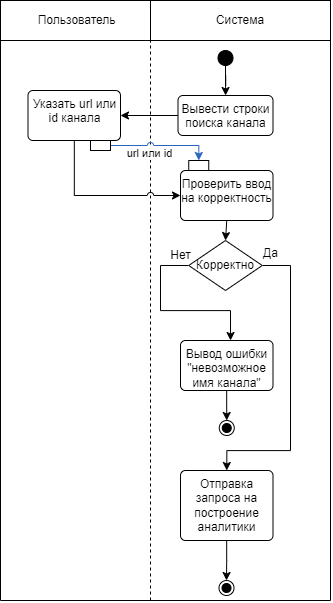
This is docs/images/functional_diagram1_1.png from Hembos/YoutubeAnalytics, a draw.io export, as it was before one commit. Source tidied: cells renumbered, new cells last; positions are measured from the earlier drawing's top-left corner, leaving out a move shared by most shapes. Source of this version:
```xml
<mxGraphModel>
  <root>
    <mxCell id="0" />
    <mxCell id="1" parent="0" />
    <mxCell id="2" value="&amp;nbsp;Пользователь" style="whiteSpace=wrap;html=1;align=center;" parent="1" vertex="1">
      <mxGeometry width="150" height="40" as="geometry" />
    </mxCell>
    <mxCell id="3" value="Система" style="whiteSpace=wrap;html=1;align=center;" parent="1" vertex="1">
      <mxGeometry x="150" width="180" height="40" as="geometry" />
    </mxCell>
    <mxCell id="4" style="endArrow=none;dashed=1;html=1;rounded=0;entryX=0;entryY=1;entryDx=0;entryDy=0;" parent="1" edge="1">
      <mxGeometry relative="1" as="geometry">
        <mxPoint x="150" y="600" as="sourcePoint" />
        <mxPoint x="150" y="40" as="targetPoint" />
      </mxGeometry>
    </mxCell>
    <mxCell id="5" style="endArrow=none;html=1;rounded=0;entryX=0;entryY=1;entryDx=0;entryDy=0;" parent="1" edge="1" target="2">
      <mxGeometry relative="1" as="geometry">
        <mxPoint y="600" as="sourcePoint" />
      </mxGeometry>
    </mxCell>
    <mxCell id="6" style="endArrow=none;html=1;rounded=0;entryX=1;entryY=1;entryDx=0;entryDy=0;" parent="1" edge="1" target="3">
      <mxGeometry relative="1" as="geometry">
        <mxPoint x="330" y="600" as="sourcePoint" />
      </mxGeometry>
    </mxCell>
    <mxCell id="7" style="edgeStyle=orthogonalEdgeStyle;rounded=0;jettySize=auto;html=1;" parent="1" edge="1" source="8" target="10">
      <mxGeometry relative="1" as="geometry" />
    </mxCell>
    <mxCell id="8" style="ellipse;fillColor=strokeColor;html=1;" parent="1" vertex="1">
      <mxGeometry x="217.5" y="50" width="15" height="15" as="geometry" />
    </mxCell>
    <mxCell id="9" style="edgeStyle=orthogonalEdgeStyle;rounded=0;jettySize=auto;html=1;entryX=1;entryY=0.5;entryDx=0;entryDy=0;" parent="1" edge="1" source="10" target="12">
      <mxGeometry relative="1" as="geometry" />
    </mxCell>
    <mxCell id="10" value="Вывести строки поиска канала" style="html=1;align=center;verticalAlign=top;rounded=1;absoluteArcSize=1;arcSize=10;dashed=0;whiteSpace=wrap;" parent="1" vertex="1">
      <mxGeometry x="177.5" y="95" width="95" height="40" as="geometry" />
    </mxCell>
    <mxCell id="11" style="edgeStyle=orthogonalEdgeStyle;rounded=0;jettySize=auto;html=1;entryX=0;entryY=0.5;entryDx=0;entryDy=0;jumpStyle=arc;" parent="1" edge="1" source="12" target="14">
      <mxGeometry relative="1" as="geometry">
        <Array as="points">
          <mxPoint x="74" y="195" />
        </Array>
      </mxGeometry>
    </mxCell>
    <mxCell id="12" value="Указать url или id канала" style="html=1;align=center;verticalAlign=top;rounded=1;absoluteArcSize=1;arcSize=10;dashed=0;whiteSpace=wrap;" parent="1" vertex="1">
      <mxGeometry x="27.5" y="90" width="92.5" height="50" as="geometry" />
    </mxCell>
    <mxCell id="13" style="edgeStyle=orthogonalEdgeStyle;rounded=0;jettySize=auto;html=1;exitX=0.5;exitY=1;exitDx=0;exitDy=0;entryX=0.5;entryY=0;entryDx=0;entryDy=0;" parent="1" edge="1" source="14" target="17">
      <mxGeometry relative="1" as="geometry" />
    </mxCell>
    <mxCell id="14" value="Проверить ввод на корректность" style="html=1;align=center;verticalAlign=top;rounded=1;absoluteArcSize=1;arcSize=10;dashed=0;whiteSpace=wrap;" parent="1" vertex="1">
      <mxGeometry x="180" y="170" width="92.5" height="50" as="geometry" />
    </mxCell>
    <mxCell id="15" style="edgeStyle=orthogonalEdgeStyle;rounded=0;jettySize=auto;html=1;entryX=0.541;entryY=0;entryDx=0;entryDy=0;entryPerimeter=0;" parent="1" edge="1" source="17" target="19">
      <mxGeometry relative="1" as="geometry">
        <Array as="points">
          <mxPoint x="160" y="265" />
          <mxPoint x="160" y="310" />
          <mxPoint x="230" y="310" />
        </Array>
      </mxGeometry>
    </mxCell>
    <mxCell id="16" style="edgeStyle=orthogonalEdgeStyle;rounded=0;jettySize=auto;html=1;entryX=0.5;entryY=0;entryDx=0;entryDy=0;" parent="1" edge="1" source="17" target="22">
      <mxGeometry relative="1" as="geometry">
        <Array as="points">
          <mxPoint x="290" y="265" />
          <mxPoint x="290" y="450" />
          <mxPoint x="226" y="450" />
        </Array>
      </mxGeometry>
    </mxCell>
    <mxCell id="17" value="Корректно" style="rhombus;whiteSpace=wrap;html=1;" parent="1" vertex="1">
      <mxGeometry x="188.2" y="240" width="73.5" height="50" as="geometry" />
    </mxCell>
    <mxCell id="18" style="edgeStyle=orthogonalEdgeStyle;rounded=0;jettySize=auto;html=1;" parent="1" edge="1" source="19" target="20">
      <mxGeometry relative="1" as="geometry" />
    </mxCell>
    <mxCell id="19" value="Вывод ошибки &quot;невозможное имя канала&quot;" style="html=1;align=center;verticalAlign=top;rounded=1;absoluteArcSize=1;arcSize=10;dashed=0;whiteSpace=wrap;" parent="1" vertex="1">
      <mxGeometry x="180" y="340" width="92.5" height="50" as="geometry" />
    </mxCell>
    <mxCell id="20" style="ellipse;html=1;shape=endState;fillColor=strokeColor;" parent="1" vertex="1">
      <mxGeometry x="218.8" y="420" width="15" height="15" as="geometry" />
    </mxCell>
    <mxCell id="21" style="edgeStyle=orthogonalEdgeStyle;rounded=0;jettySize=auto;html=1;entryX=0.5;entryY=0;entryDx=0;entryDy=0;" parent="1" edge="1" source="22" target="26">
      <mxGeometry relative="1" as="geometry" />
    </mxCell>
    <mxCell id="22" value="Отправка запроса на построение аналитики" style="html=1;align=center;verticalAlign=top;rounded=1;absoluteArcSize=1;arcSize=10;dashed=0;whiteSpace=wrap;" parent="1" vertex="1">
      <mxGeometry x="180" y="470" width="92.5" height="70" as="geometry" />
    </mxCell>
    <mxCell id="23" value="Нет" style="text;html=1;align=center;verticalAlign=middle;strokeColor=none;fillColor=none;" parent="1" vertex="1">
      <mxGeometry x="160" y="240" width="40" height="30" as="geometry" />
    </mxCell>
    <mxCell id="24" value="Да" style="text;html=1;align=center;verticalAlign=middle;strokeColor=none;fillColor=none;" parent="1" vertex="1">
      <mxGeometry x="250" y="238" width="40" height="30" as="geometry" />
    </mxCell>
    <mxCell id="25" style="endArrow=none;html=1;rounded=0;" parent="1" edge="1">
      <mxGeometry relative="1" as="geometry">
        <mxPoint y="600" as="sourcePoint" />
        <mxPoint x="330" y="600" as="targetPoint" />
      </mxGeometry>
    </mxCell>
    <mxCell id="26" style="ellipse;html=1;shape=endState;fillColor=strokeColor;" parent="1" vertex="1">
      <mxGeometry x="218.5" y="580" width="15" height="15" as="geometry" />
    </mxCell>
    <mxCell id="27" style="edgeStyle=orthogonalEdgeStyle;rounded=0;jettySize=auto;html=1;entryX=0.5;entryY=0;entryDx=0;entryDy=0;fillColor=#dae8fc;strokeColor=#2A66BF;jumpStyle=arc;" parent="1" edge="1" source="29" target="30">
      <mxGeometry relative="1" as="geometry">
        <Array as="points">
          <mxPoint x="198" y="145" />
        </Array>
      </mxGeometry>
    </mxCell>
    <mxCell id="28" value="url или id" style="edgeLabel;html=1;align=center;verticalAlign=middle;" parent="27" vertex="1">
      <mxGeometry x="-0.03" y="2" relative="1" as="geometry">
        <mxPoint x="-13" y="9" as="offset" />
      </mxGeometry>
    </mxCell>
    <mxCell id="29" style="rounded=0;whiteSpace=wrap;html=1;" parent="1" vertex="1">
      <mxGeometry x="90" y="140" width="20" height="10" as="geometry" />
    </mxCell>
    <mxCell id="30" style="rounded=0;whiteSpace=wrap;html=1;" parent="1" vertex="1">
      <mxGeometry x="188.2" y="160" width="20" height="10" as="geometry" />
    </mxCell>
  </root>
</mxGraphModel>
```
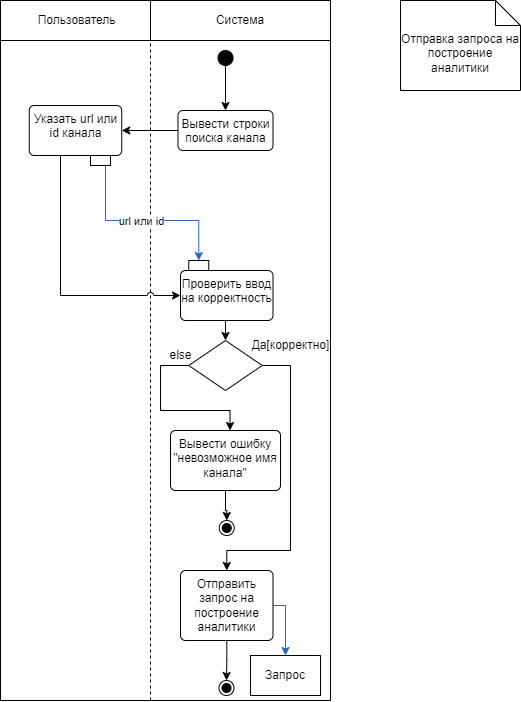
Later version of the same file.

The edit, as a diff of the source:
```diff
@@ -3,123 +3,137 @@
     <mxCell id="0" />
     <mxCell id="1" parent="0" />
     <mxCell id="2" value="&amp;nbsp;Пользователь" style="whiteSpace=wrap;html=1;align=center;" parent="1" vertex="1">
-      <mxGeometry width="150" height="40" as="geometry" />
+      <mxGeometry y="-20" width="150" height="40" as="geometry" />
     </mxCell>
     <mxCell id="3" value="Система" style="whiteSpace=wrap;html=1;align=center;" parent="1" vertex="1">
-      <mxGeometry x="150" width="180" height="40" as="geometry" />
+      <mxGeometry x="150" y="-20" width="180" height="40" as="geometry" />
     </mxCell>
-    <mxCell id="4" style="endArrow=none;dashed=1;html=1;rounded=0;entryX=0;entryY=1;entryDx=0;entryDy=0;" parent="1" edge="1">
+    <mxCell id="4" style="endArrow=none;dashed=1;html=1;rounded=0;entryX=0;entryY=1;entryDx=0;entryDy=0;" parent="1" edge="1" target="3">
       <mxGeometry relative="1" as="geometry">
-        <mxPoint x="150" y="600" as="sourcePoint" />
-        <mxPoint x="150" y="40" as="targetPoint" />
+        <mxPoint x="150" y="680" as="sourcePoint" />
       </mxGeometry>
     </mxCell>
     <mxCell id="5" style="endArrow=none;html=1;rounded=0;entryX=0;entryY=1;entryDx=0;entryDy=0;" parent="1" edge="1" target="2">
       <mxGeometry relative="1" as="geometry">
-        <mxPoint y="600" as="sourcePoint" />
+        <mxPoint y="680" as="sourcePoint" />
       </mxGeometry>
     </mxCell>
     <mxCell id="6" style="endArrow=none;html=1;rounded=0;entryX=1;entryY=1;entryDx=0;entryDy=0;" parent="1" edge="1" target="3">
       <mxGeometry relative="1" as="geometry">
-        <mxPoint x="330" y="600" as="sourcePoint" />
+        <mxPoint x="330" y="680" as="sourcePoint" />
       </mxGeometry>
     </mxCell>
     <mxCell id="7" style="edgeStyle=orthogonalEdgeStyle;rounded=0;jettySize=auto;html=1;" parent="1" edge="1" source="8" target="10">
       <mxGeometry relative="1" as="geometry" />
     </mxCell>
     <mxCell id="8" style="ellipse;fillColor=strokeColor;html=1;" parent="1" vertex="1">
-      <mxGeometry x="217.5" y="50" width="15" height="15" as="geometry" />
+      <mxGeometry x="217.5" y="30" width="15" height="15" as="geometry" />
     </mxCell>
     <mxCell id="9" style="edgeStyle=orthogonalEdgeStyle;rounded=0;jettySize=auto;html=1;entryX=1;entryY=0.5;entryDx=0;entryDy=0;" parent="1" edge="1" source="10" target="12">
       <mxGeometry relative="1" as="geometry" />
     </mxCell>
     <mxCell id="10" value="Вывести строки поиска канала" style="html=1;align=center;verticalAlign=top;rounded=1;absoluteArcSize=1;arcSize=10;dashed=0;whiteSpace=wrap;" parent="1" vertex="1">
-      <mxGeometry x="177.5" y="95" width="95" height="40" as="geometry" />
+      <mxGeometry x="177.5" y="90" width="95" height="40" as="geometry" />
     </mxCell>
     <mxCell id="11" style="edgeStyle=orthogonalEdgeStyle;rounded=0;jettySize=auto;html=1;entryX=0;entryY=0.5;entryDx=0;entryDy=0;jumpStyle=arc;" parent="1" edge="1" source="12" target="14">
       <mxGeometry relative="1" as="geometry">
         <Array as="points">
-          <mxPoint x="74" y="195" />
+          <mxPoint x="60" y="275" />
         </Array>
       </mxGeometry>
     </mxCell>
     <mxCell id="12" value="Указать url или id канала" style="html=1;align=center;verticalAlign=top;rounded=1;absoluteArcSize=1;arcSize=10;dashed=0;whiteSpace=wrap;" parent="1" vertex="1">
-      <mxGeometry x="27.5" y="90" width="92.5" height="50" as="geometry" />
+      <mxGeometry x="28.8" y="85" width="92.5" height="50" as="geometry" />
     </mxCell>
     <mxCell id="13" style="edgeStyle=orthogonalEdgeStyle;rounded=0;jettySize=auto;html=1;exitX=0.5;exitY=1;exitDx=0;exitDy=0;entryX=0.5;entryY=0;entryDx=0;entryDy=0;" parent="1" edge="1" source="14" target="17">
       <mxGeometry relative="1" as="geometry" />
     </mxCell>
     <mxCell id="14" value="Проверить ввод на корректность" style="html=1;align=center;verticalAlign=top;rounded=1;absoluteArcSize=1;arcSize=10;dashed=0;whiteSpace=wrap;" parent="1" vertex="1">
-      <mxGeometry x="180" y="170" width="92.5" height="50" as="geometry" />
+      <mxGeometry x="180" y="250" width="92.5" height="50" as="geometry" />
     </mxCell>
     <mxCell id="15" style="edgeStyle=orthogonalEdgeStyle;rounded=0;jettySize=auto;html=1;entryX=0.541;entryY=0;entryDx=0;entryDy=0;entryPerimeter=0;" parent="1" edge="1" source="17" target="19">
       <mxGeometry relative="1" as="geometry">
         <Array as="points">
-          <mxPoint x="160" y="265" />
-          <mxPoint x="160" y="310" />
-          <mxPoint x="230" y="310" />
+          <mxPoint x="160" y="345" />
+          <mxPoint x="160" y="390" />
+          <mxPoint x="230" y="390" />
         </Array>
       </mxGeometry>
     </mxCell>
     <mxCell id="16" style="edgeStyle=orthogonalEdgeStyle;rounded=0;jettySize=auto;html=1;entryX=0.5;entryY=0;entryDx=0;entryDy=0;" parent="1" edge="1" source="17" target="22">
       <mxGeometry relative="1" as="geometry">
         <Array as="points">
-          <mxPoint x="290" y="265" />
-          <mxPoint x="290" y="450" />
-          <mxPoint x="226" y="450" />
+          <mxPoint x="290" y="345" />
+          <mxPoint x="290" y="530" />
+          <mxPoint x="226" y="530" />
         </Array>
       </mxGeometry>
     </mxCell>
-    <mxCell id="17" value="Корректно" style="rhombus;whiteSpace=wrap;html=1;" parent="1" vertex="1">
-      <mxGeometry x="188.2" y="240" width="73.5" height="50" as="geometry" />
+    <mxCell id="17" style="rhombus;whiteSpace=wrap;html=1;" parent="1" vertex="1">
+      <mxGeometry x="188.2" y="320" width="73.5" height="50" as="geometry" />
     </mxCell>
     <mxCell id="18" style="edgeStyle=orthogonalEdgeStyle;rounded=0;jettySize=auto;html=1;" parent="1" edge="1" source="19" target="20">
       <mxGeometry relative="1" as="geometry" />
     </mxCell>
-    <mxCell id="19" value="Вывод ошибки &quot;невозможное имя канала&quot;" style="html=1;align=center;verticalAlign=top;rounded=1;absoluteArcSize=1;arcSize=10;dashed=0;whiteSpace=wrap;" parent="1" vertex="1">
-      <mxGeometry x="180" y="340" width="92.5" height="50" as="geometry" />
+    <mxCell id="19" value="Вывести ошибку &quot;невозможное имя канала&quot;" style="html=1;align=center;verticalAlign=top;rounded=1;absoluteArcSize=1;arcSize=10;dashed=0;whiteSpace=wrap;" parent="1" vertex="1">
+      <mxGeometry x="170" y="410" width="110" height="60" as="geometry" />
     </mxCell>
     <mxCell id="20" style="ellipse;html=1;shape=endState;fillColor=strokeColor;" parent="1" vertex="1">
-      <mxGeometry x="218.8" y="420" width="15" height="15" as="geometry" />
+      <mxGeometry x="218.8" y="500" width="15" height="15" as="geometry" />
     </mxCell>
     <mxCell id="21" style="edgeStyle=orthogonalEdgeStyle;rounded=0;jettySize=auto;html=1;entryX=0.5;entryY=0;entryDx=0;entryDy=0;" parent="1" edge="1" source="22" target="26">
       <mxGeometry relative="1" as="geometry" />
     </mxCell>
+    <mxCell id="31" style="edgeStyle=orthogonalEdgeStyle;rounded=0;jettySize=auto;html=1;entryX=0.5;entryY=0;entryDx=0;entryDy=0;strokeColor=#2A66BF;" parent="1" edge="1" source="22" target="32">
+      <mxGeometry relative="1" as="geometry">
+        <Array as="points">
+          <mxPoint x="285" y="585" />
+        </Array>
+      </mxGeometry>
+    </mxCell>
-    <mxCell id="22" value="Отправка запроса на построение аналитики" style="html=1;align=center;verticalAlign=top;rounded=1;absoluteArcSize=1;arcSize=10;dashed=0;whiteSpace=wrap;" parent="1" vertex="1">
-      <mxGeometry x="180" y="470" width="92.5" height="70" as="geometry" />
+    <mxCell id="22" value="Отправить запрос на построение аналитики" style="html=1;align=center;verticalAlign=top;rounded=1;absoluteArcSize=1;arcSize=10;dashed=0;whiteSpace=wrap;" parent="1" vertex="1">
+      <mxGeometry x="180" y="550" width="92.5" height="70" as="geometry" />
     </mxCell>
-    <mxCell id="23" value="Нет" style="text;html=1;align=center;verticalAlign=middle;strokeColor=none;fillColor=none;" parent="1" vertex="1">
-      <mxGeometry x="160" y="240" width="40" height="30" as="geometry" />
+    <mxCell id="23" value="else" style="text;html=1;align=center;verticalAlign=middle;strokeColor=none;fillColor=none;" parent="1" vertex="1">
+      <mxGeometry x="155" y="320" width="50" height="30" as="geometry" />
     </mxCell>
-    <mxCell id="24" value="Да" style="text;html=1;align=center;verticalAlign=middle;strokeColor=none;fillColor=none;" parent="1" vertex="1">
-      <mxGeometry x="250" y="238" width="40" height="30" as="geometry" />
+    <mxCell id="24" value="Да[корректно]" style="text;html=1;align=center;verticalAlign=middle;strokeColor=none;fillColor=none;" parent="1" vertex="1">
+      <mxGeometry x="240" y="310" width="100" height="30" as="geometry" />
     </mxCell>
     <mxCell id="25" style="endArrow=none;html=1;rounded=0;" parent="1" edge="1">
       <mxGeometry relative="1" as="geometry">
-        <mxPoint y="600" as="sourcePoint" />
-        <mxPoint x="330" y="600" as="targetPoint" />
+        <mxPoint y="680" as="sourcePoint" />
+        <mxPoint x="330" y="680" as="targetPoint" />
       </mxGeometry>
     </mxCell>
     <mxCell id="26" style="ellipse;html=1;shape=endState;fillColor=strokeColor;" parent="1" vertex="1">
-      <mxGeometry x="218.5" y="580" width="15" height="15" as="geometry" />
+      <mxGeometry x="218.5" y="660" width="15" height="15" as="geometry" />
     </mxCell>
-    <mxCell id="27" style="edgeStyle=orthogonalEdgeStyle;rounded=0;jettySize=auto;html=1;entryX=0.5;entryY=0;entryDx=0;entryDy=0;fillColor=#dae8fc;strokeColor=#2A66BF;jumpStyle=arc;" parent="1" edge="1" source="29" target="30">
+    <mxCell id="27" style="edgeStyle=orthogonalEdgeStyle;rounded=0;jettySize=auto;html=1;entryX=0.5;entryY=0;entryDx=0;entryDy=0;fillColor=#dae8fc;strokeColor=#2A66BF;jumpStyle=arc;exitX=0.5;exitY=1;exitDx=0;exitDy=0;" parent="1" edge="1" source="29" target="30">
       <mxGeometry relative="1" as="geometry">
         <Array as="points">
-          <mxPoint x="198" y="145" />
+          <mxPoint x="105" y="145" />
+          <mxPoint x="105" y="200" />
+          <mxPoint x="198" y="200" />
         </Array>
       </mxGeometry>
     </mxCell>
     <mxCell id="28" value="url или id" style="edgeLabel;html=1;align=center;verticalAlign=middle;" parent="27" vertex="1">
-      <mxGeometry x="-0.03" y="2" relative="1" as="geometry">
-        <mxPoint x="-13" y="9" as="offset" />
+      <mxGeometry x="-0.18" relative="1" as="geometry">
+        <mxPoint x="16" as="offset" />
       </mxGeometry>
     </mxCell>
     <mxCell id="29" style="rounded=0;whiteSpace=wrap;html=1;" parent="1" vertex="1">
-      <mxGeometry x="90" y="140" width="20" height="10" as="geometry" />
+      <mxGeometry x="90" y="135" width="20" height="10" as="geometry" />
     </mxCell>
     <mxCell id="30" style="rounded=0;whiteSpace=wrap;html=1;" parent="1" vertex="1">
-      <mxGeometry x="188.2" y="160" width="20" height="10" as="geometry" />
+      <mxGeometry x="188.2" y="240" width="20" height="10" as="geometry" />
     </mxCell>
+    <mxCell id="32" value="Запрос" style="rounded=0;whiteSpace=wrap;html=1;" parent="1" vertex="1">
+      <mxGeometry x="250" y="635" width="70" height="40" as="geometry" />
+    </mxCell>
+    <mxCell id="33" value="Отправка запроса на построение аналитики" style="shape=note2;boundedLbl=1;whiteSpace=wrap;html=1;size=25;verticalAlign=top;align=center;" parent="1" vertex="1">
+      <mxGeometry x="400" y="-20" width="120" height="90" as="geometry" />
+    </mxCell>
   </root>
 </mxGraphModel>
```
